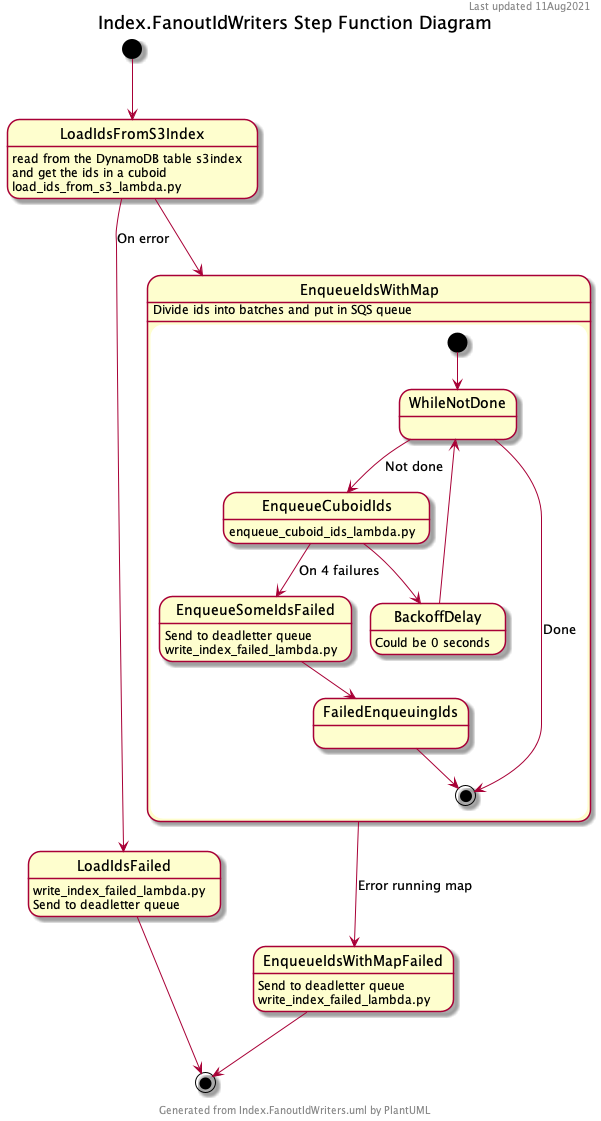
Above: docs/object_indexing/Index.FanoutIdWriters.png in jhuapl-boss/boss-manage (PlantUML), before the change. The source it was exported from:
```plantuml
@startuml

header Last updated 11Aug2021
footer Generated from Index.FanoutIdWriters.uml by PlantUML
title Index.FanoutIdWriters Step Function Diagram

[*] --> LoadIdsFromS3Index
LoadIdsFromS3Index: read from the DynamoDB table s3index\nand get the ids in a cuboid
LoadIdsFromS3Index: load_ids_from_s3_lambda.py
LoadIdsFromS3Index --> EnqueueIdsWithMap
LoadIdsFromS3Index --> LoadIdsFailed: On error
LoadIdsFailed --> [*]
LoadIdsFailed: write_index_failed_lambda.py
LoadIdsFailed: Send to deadletter queue

EnqueueIdsWithMap --> EnqueueIdsWithMapFailed: Error running map
EnqueueIdsWithMap: Divide ids into batches and put in SQS queue
EnqueueIdsWithMapFailed --> [*]
EnqueueIdsWithMapFailed: Send to deadletter queue
EnqueueIdsWithMapFailed: write_index_failed_lambda.py
state EnqueueIdsWithMap {
    [*] --> WhileNotDone
    WhileNotDone --> EnqueueCuboidIds: Not done
    WhileNotDone --> [*]: Done
    EnqueueCuboidIds --> BackoffDelay
    EnqueueCuboidIds --> EnqueueSomeIdsFailed: On 4 failures
    EnqueueCuboidIds: enqueue_cuboid_ids_lambda.py
    EnqueueSomeIdsFailed: Send to deadletter queue
    EnqueueSomeIdsFailed: write_index_failed_lambda.py
    EnqueueSomeIdsFailed --> FailedEnqueuingIds
    FailedEnqueuingIds --> [*]
    BackoffDelay --> WhileNotDone
    BackoffDelay: Could be 0 seconds
}

@enduml
```
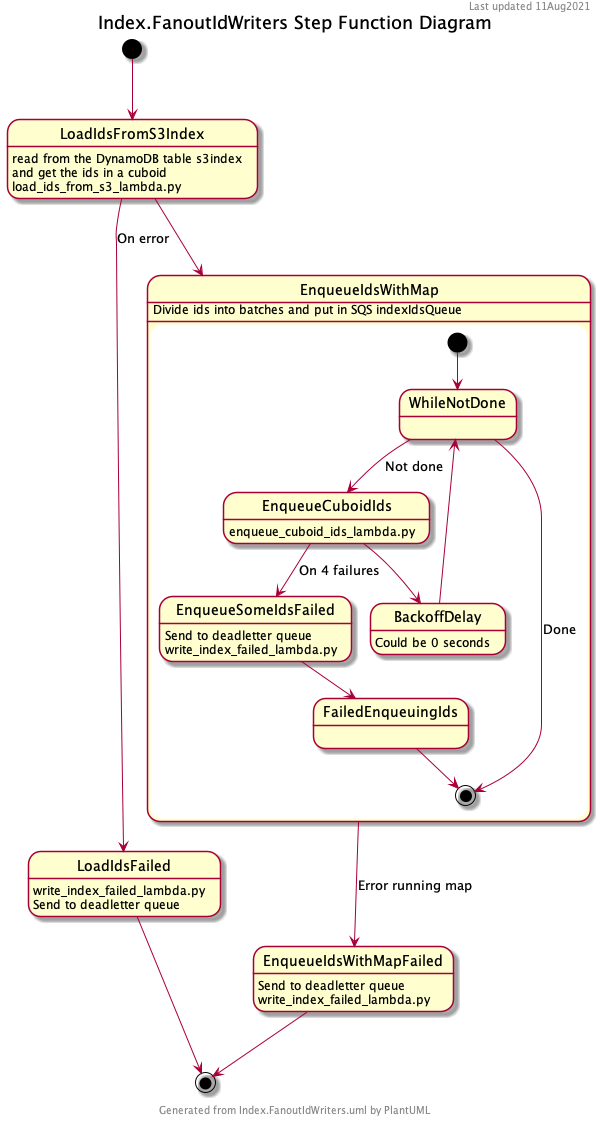
Later version of the same file.

Change to the diagram source:
```diff
@@ -14,7 +14,7 @@
 LoadIdsFailed: Send to deadletter queue
 
 EnqueueIdsWithMap --> EnqueueIdsWithMapFailed: Error running map
-EnqueueIdsWithMap: Divide ids into batches and put in SQS queue
+EnqueueIdsWithMap: Divide ids into batches and put in SQS indexIdsQueue
 EnqueueIdsWithMapFailed --> [*]
 EnqueueIdsWithMapFailed: Send to deadletter queue
 EnqueueIdsWithMapFailed: write_index_failed_lambda.py
```
